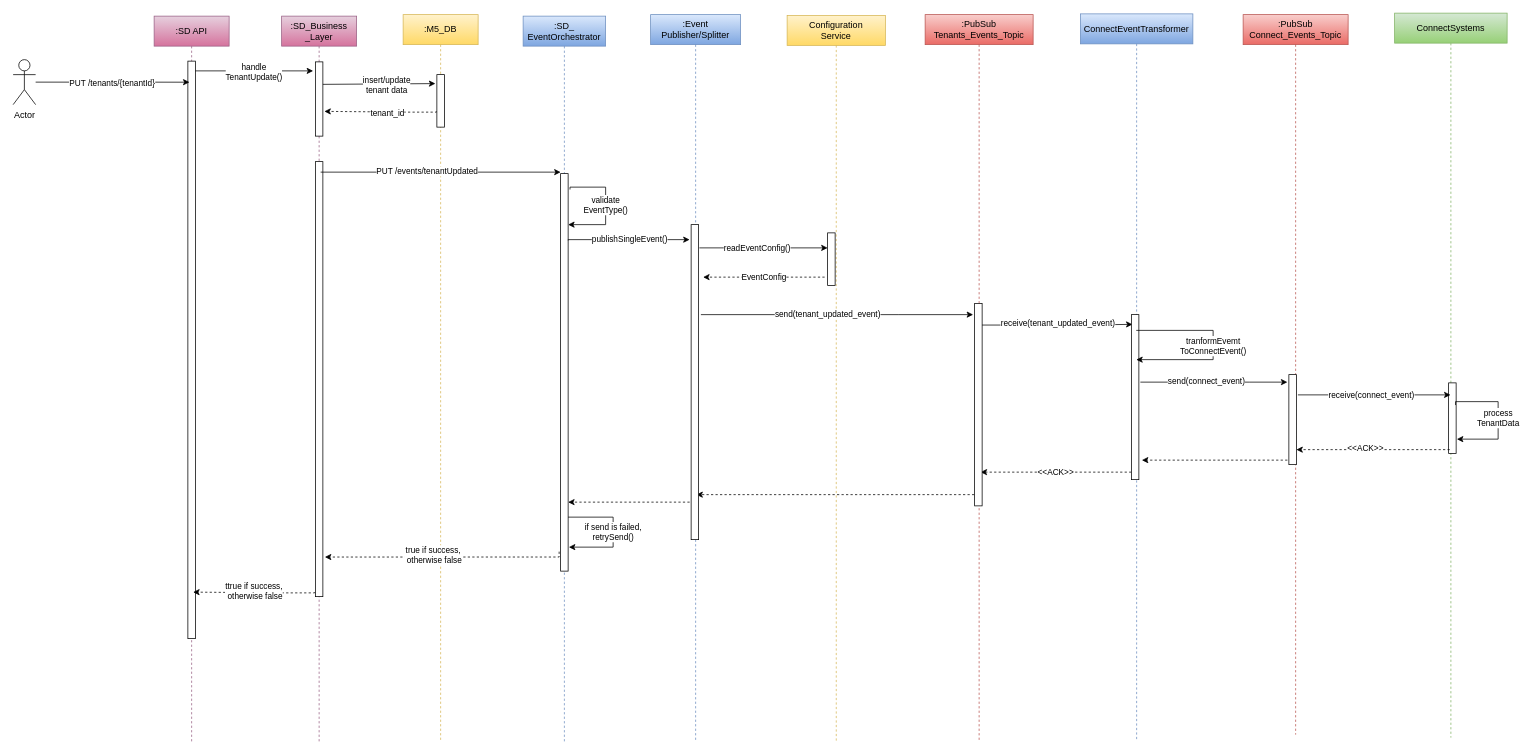
Before: Copy of TenantSequence.drawio in srinivaspuranamhyd/arc-diagrams, a draw.io diagram. Source tidied: cells renumbered, new cells numbered last; positions are measured from the earlier drawing's top-left corner, leaving out a move shared by most shapes. Both pictures are drawn from the tidied source at 75%, with x=0, y=0 at pixel (13, 13).
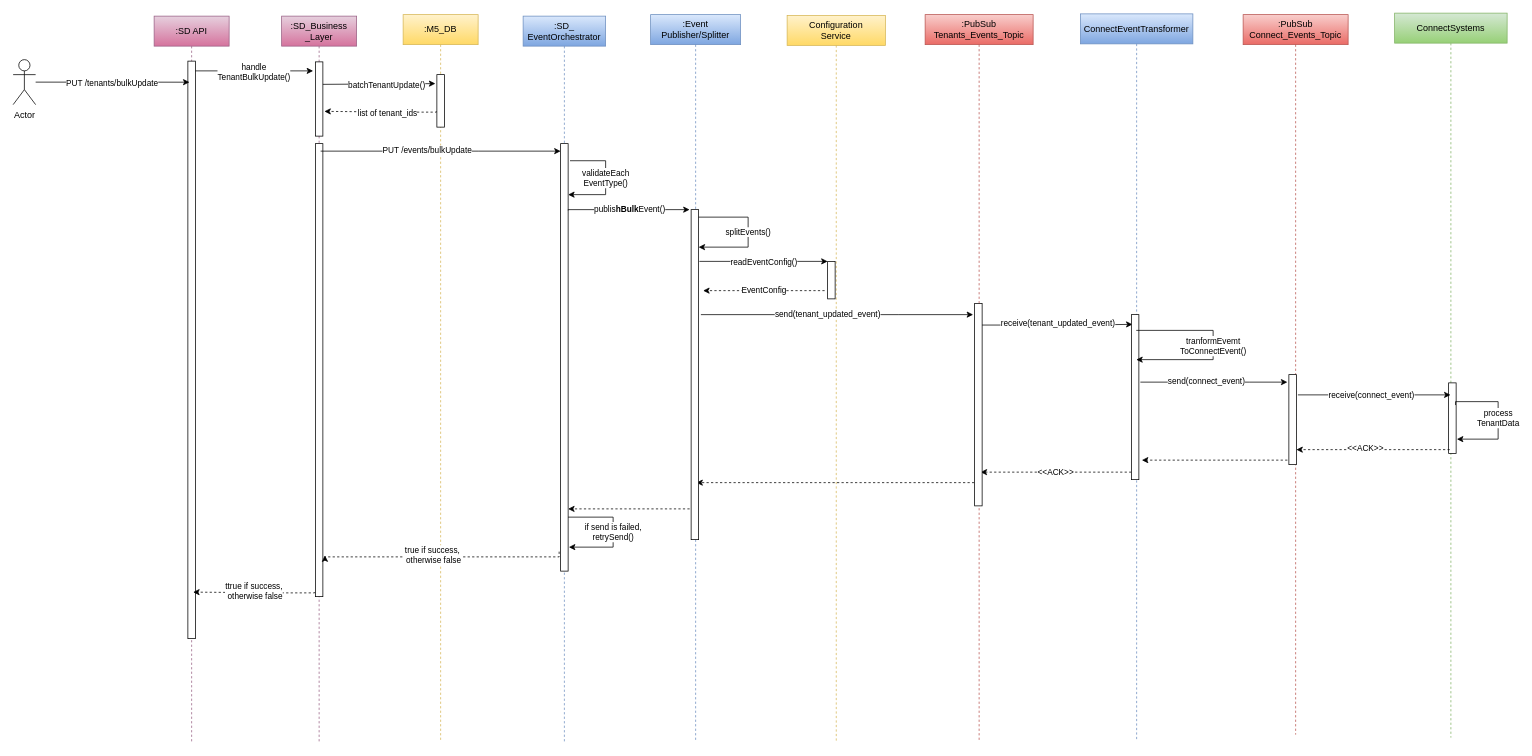
The same page after the edit.

Unchanged cells that the change refers to:
```xml
<mxCell id="5" style="edgeStyle=orthogonalEdgeStyle;rounded=0;orthogonalLoop=1;jettySize=auto;html=1;" parent="1" edge="1">
  <mxGeometry relative="1" as="geometry">
    <mxPoint x="237.5" y="77" as="sourcePoint" />
    <mxPoint x="400" y="77" as="targetPoint" />
    <Array as="points">
      <mxPoint x="340" y="77" />
      <mxPoint x="340" y="77" />
    </Array>
  </mxGeometry>
</mxCell>
<mxCell id="9" style="edgeStyle=orthogonalEdgeStyle;rounded=0;jettySize=auto;html=1;entryX=-0.2;entryY=0.171;entryDx=0;entryDy=0;entryPerimeter=0;" parent="1" edge="1" target="26">
  <mxGeometry relative="1" as="geometry">
    <mxPoint x="407.5" y="96" as="sourcePoint" />
    <Array as="points">
      <mxPoint x="408" y="95" />
    </Array>
  </mxGeometry>
</mxCell>
<mxCell id="11" value=":SD_Business _Layer" style="shape=umlLifeline;perimeter=lifelinePerimeter;whiteSpace=wrap;html=1;gradientColor=#d5739d;fillColor=#e6d0de;strokeColor=#996185;" parent="1" vertex="1">
  <mxGeometry x="358" y="4" width="100" height="968" as="geometry" />
</mxCell>
<mxCell id="14" value=":SD_ EventOrchestrator" style="shape=umlLifeline;perimeter=lifelinePerimeter;whiteSpace=wrap;html=1;gradientColor=#7ea6e0;fillColor=#dae8fc;strokeColor=#6c8ebf;" parent="1" vertex="1">
  <mxGeometry x="680" y="4" width="110" height="968" as="geometry" />
</mxCell>
<mxCell id="18" value=":PubSub&lt;br&gt;Tenants_Events_Topic" style="shape=umlLifeline;perimeter=lifelinePerimeter;whiteSpace=wrap;html=1;outlineConnect=0;fillColor=#f8cecc;strokeColor=#b85450;gradientColor=#ea6b66;" parent="1" vertex="1">
  <mxGeometry x="1216" y="2" width="144" height="970" as="geometry" />
</mxCell>
<mxCell id="23" style="edgeStyle=orthogonalEdgeStyle;rounded=0;orthogonalLoop=1;jettySize=auto;html=1;dashed=1;" parent="1" edge="1">
  <mxGeometry relative="1" as="geometry">
    <mxPoint x="564.5" y="131" as="sourcePoint" />
    <mxPoint x="415" y="131" as="targetPoint" />
    <Array as="points">
      <mxPoint x="525" y="132" />
      <mxPoint x="525" y="132" />
    </Array>
  </mxGeometry>
</mxCell>
<mxCell id="28" value="Actor" style="shape=umlActor;verticalLabelPosition=bottom;verticalAlign=top;html=1;" parent="1" vertex="1">
  <mxGeometry y="62" width="30" height="60" as="geometry" />
</mxCell>
<mxCell id="46" value=":Event Publisher/Splitter" style="shape=umlLifeline;perimeter=lifelinePerimeter;whiteSpace=wrap;html=1;gradientColor=#7ea6e0;fillColor=#dae8fc;strokeColor=#6c8ebf;" parent="1" vertex="1">
  <mxGeometry x="850" y="2" width="120" height="970" as="geometry" />
</mxCell>
<mxCell id="54" value="Configuration&lt;br&gt;Service" style="shape=umlLifeline;perimeter=lifelinePerimeter;whiteSpace=wrap;html=1;gradientColor=#ffd966;fillColor=#fff2cc;strokeColor=#d6b656;" parent="1" vertex="1">
  <mxGeometry x="1032" y="3" width="131" height="970" as="geometry" />
</mxCell>
```

Diff of the diagram source:
```diff
@@
-    <mxCell id="2" style="edgeStyle=orthogonalEdgeStyle;rounded=0;jettySize=auto;html=1;dashed=1;" parent="1" edge="1" source="18">
+    <mxCell id="2" style="edgeStyle=orthogonalEdgeStyle;rounded=0;orthogonalLoop=1;jettySize=auto;html=1;dashed=1;" parent="1" edge="1">
       <mxGeometry relative="1" as="geometry">
-        <mxPoint x="911" y="642" as="targetPoint" />
+        <mxPoint x="1287.5" y="626" as="sourcePoint" />
+        <mxPoint x="911" y="626" as="targetPoint" />
         <Array as="points">
-          <mxPoint x="1081" y="642" />
-          <mxPoint x="1081" y="642" />
+          <mxPoint x="1081" y="626" />
+          <mxPoint x="1081" y="626" />
         </Array>
       </mxGeometry>
     </mxCell>
@@
-    <mxCell id="6" value="handle&lt;br&gt;TenantUpdate()" style="edgeLabel;html=1;align=center;verticalAlign=middle;" parent="5" vertex="1">
+    <mxCell id="6" value="handle&lt;br&gt;TenantBulkUpdate()" style="edgeLabel;html=1;align=center;verticalAlign=middle;" parent="5" vertex="1">
       <mxGeometry x="-0.14" y="-1" relative="1" as="geometry">
         <mxPoint x="13" as="offset" />
       </mxGeometry>
     </mxCell>
@@
-    <mxCell id="10" value="insert/update&lt;br&gt;tenant data" style="edgeLabel;html=1;align=center;verticalAlign=middle;" parent="9" vertex="1">
+    <mxCell id="10" value="batchTenantUpdate()" style="edgeLabel;html=1;align=center;verticalAlign=middle;" parent="9" vertex="1">
       <mxGeometry x="0.16" y="-1" relative="1" as="geometry" />
     </mxCell>
@@
     <mxCell id="13" style="html=1;points=[];perimeter=orthogonalPerimeter;" parent="11" vertex="1">
-      <mxGeometry x="45" y="194" width="10" height="580" as="geometry" />
+      <mxGeometry x="45" y="170" width="10" height="604" as="geometry" />
     </mxCell>
@@
     <mxCell id="15" style="html=1;points=[];perimeter=orthogonalPerimeter;" parent="14" vertex="1">
-      <mxGeometry x="50" y="210" width="10" height="530" as="geometry" />
+      <mxGeometry x="50" y="170" width="10" height="570" as="geometry" />
     </mxCell>
-    <mxCell id="16" value="validate&lt;br&gt;EventType()" style="edgeStyle=orthogonalEdgeStyle;rounded=0;orthogonalLoop=1;jettySize=auto;html=1;exitX=1.251;exitY=0.04;exitDx=0;exitDy=0;exitPerimeter=0;" parent="14" edge="1" source="15" target="15">
+    <mxCell id="16" value="validateEach&lt;br&gt;EventType()" style="edgeStyle=orthogonalEdgeStyle;rounded=0;orthogonalLoop=1;jettySize=auto;html=1;exitX=1.251;exitY=0.04;exitDx=0;exitDy=0;exitPerimeter=0;" parent="14" edge="1" source="15" target="15">
       <mxGeometry x="-0.01" relative="1" as="geometry">
         <Array as="points">
-          <mxPoint x="63" y="228" />
-          <mxPoint x="110" y="228" />
-          <mxPoint x="110" y="278" />
+          <mxPoint x="110" y="193" />
+          <mxPoint x="110" y="238" />
         </Array>
       </mxGeometry>
     </mxCell>
@@
-    <mxCell id="24" value="tenant_id" style="edgeLabel;html=1;align=center;verticalAlign=middle;" parent="23" vertex="1">
+    <mxCell id="24" value="list of tenant_ids" style="edgeLabel;html=1;align=center;verticalAlign=middle;" parent="23" vertex="1">
       <mxGeometry x="-0.54" relative="1" as="geometry">
         <mxPoint x="-32" as="offset" />
       </mxGeometry>
     </mxCell>
@@
-    <mxCell id="27" value="PUT /tenants/{tenantId}" style="edgeStyle=orthogonalEdgeStyle;rounded=0;jettySize=auto;html=1;entryX=0.471;entryY=0.153;entryDx=0;entryDy=0;entryPerimeter=0;" parent="1" edge="1" source="28">
+    <mxCell id="27" value="PUT /tenants/bulkUpdate" style="edgeStyle=orthogonalEdgeStyle;rounded=0;jettySize=auto;html=1;entryX=0.471;entryY=0.153;entryDx=0;entryDy=0;entryPerimeter=0;" parent="1" edge="1" source="28">
       <mxGeometry relative="1" as="geometry">
         <mxPoint x="235.1" y="92.1" as="targetPoint" />
       </mxGeometry>
     </mxCell>
@@
     <mxCell id="31" style="edgeStyle=orthogonalEdgeStyle;rounded=0;orthogonalLoop=1;jettySize=auto;html=1;" parent="1" edge="1">
       <mxGeometry relative="1" as="geometry">
-        <mxPoint x="410" y="212" as="sourcePoint" />
-        <mxPoint x="730" y="212" as="targetPoint" />
+        <mxPoint x="410" y="184" as="sourcePoint" />
+        <mxPoint x="730" y="184" as="targetPoint" />
         <Array as="points">
-          <mxPoint x="620" y="212" />
-          <mxPoint x="620" y="212" />
+          <mxPoint x="620" y="184" />
+          <mxPoint x="620" y="184" />
         </Array>
       </mxGeometry>
     </mxCell>
-    <mxCell id="32" value="PUT /events/tenantUpdated" style="edgeLabel;html=1;align=center;verticalAlign=middle;" parent="31" vertex="1">
+    <mxCell id="32" value="PUT /events/bulkUpdate" style="edgeLabel;html=1;align=center;verticalAlign=middle;" parent="31" vertex="1">
       <mxGeometry x="-0.12" y="2" relative="1" as="geometry" />
     </mxCell>
     <mxCell id="33" style="edgeStyle=orthogonalEdgeStyle;rounded=0;orthogonalLoop=1;jettySize=auto;html=1;" parent="1" edge="1">
       <mxGeometry relative="1" as="geometry">
-        <mxPoint x="740" y="303" as="sourcePoint" />
-        <mxPoint x="902" y="302" as="targetPoint" />
+        <mxPoint x="740" y="263" as="sourcePoint" />
+        <mxPoint x="902" y="262" as="targetPoint" />
         <Array as="points">
-          <mxPoint x="740.5" y="302" />
+          <mxPoint x="740.5" y="262" />
         </Array>
       </mxGeometry>
     </mxCell>
-    <mxCell id="34" value="publishSingleEvent()" style="edgeLabel;html=1;align=center;verticalAlign=middle;" parent="33" vertex="1">
+    <mxCell id="34" value="publis&lt;b&gt;hBulk&lt;/b&gt;Event()" style="edgeLabel;html=1;align=center;verticalAlign=middle;" parent="33" vertex="1">
       <mxGeometry x="-0.2" y="-4" relative="1" as="geometry">
         <mxPoint x="17" y="-6" as="offset" />
       </mxGeometry>
     </mxCell>
-    <mxCell id="35" style="edgeStyle=orthogonalEdgeStyle;rounded=0;orthogonalLoop=1;jettySize=auto;html=1;entryX=0.001;entryY=0.357;entryDx=0;entryDy=0;entryPerimeter=0;" parent="1" edge="1">
-      <mxGeometry relative="1" as="geometry">
-        <mxPoint x="915" y="313" as="sourcePoint" />
-        <mxPoint x="1086" y="313" as="targetPoint" />
-        <Array as="points">
-          <mxPoint x="970" y="313" />
-          <mxPoint x="970" y="313" />
-        </Array>
-      </mxGeometry>
-    </mxCell>
-    <mxCell id="36" value="readEventConfig()" style="edgeLabel;html=1;align=center;verticalAlign=middle;" parent="35" vertex="1">
-      <mxGeometry x="-0.11" y="1" relative="1" as="geometry" />
-    </mxCell>
@@
     <mxCell id="47" style="html=1;points=[];perimeter=orthogonalPerimeter;" parent="46" vertex="1">
-      <mxGeometry x="54" y="280" width="10" height="420" as="geometry" />
+      <mxGeometry x="54" y="260" width="10" height="440" as="geometry" />
     </mxCell>
@@
+    <mxCell id="60" value="splitEvents()" style="edgeStyle=orthogonalEdgeStyle;rounded=0;orthogonalLoop=1;jettySize=auto;html=1;" parent="46" edge="1" source="47" target="47">
+      <mxGeometry relative="1" as="geometry">
+        <Array as="points">
+          <mxPoint x="130" y="270" />
+          <mxPoint x="130" y="310" />
+        </Array>
+      </mxGeometry>
+    </mxCell>
     <mxCell id="51" style="edgeStyle=orthogonalEdgeStyle;rounded=0;orthogonalLoop=1;jettySize=auto;html=1;dashed=1;" parent="1" edge="1">
       <mxGeometry relative="1" as="geometry">
-        <mxPoint x="902" y="652" as="sourcePoint" />
-        <mxPoint x="740" y="652" as="targetPoint" />
+        <mxPoint x="902" y="661" as="sourcePoint" />
+        <mxPoint x="740" y="661" as="targetPoint" />
         <Array as="points">
-          <mxPoint x="902" y="652" />
-          <mxPoint x="740" y="652" />
+          <mxPoint x="902" y="661" />
+          <mxPoint x="740" y="661" />
         </Array>
       </mxGeometry>
     </mxCell>
@@
     <mxCell id="55" style="html=1;perimeter=orthogonalPerimeter;" parent="54" vertex="1">
-      <mxGeometry x="54" y="290" width="10" height="70" as="geometry" />
+      <mxGeometry x="54" y="328" width="10" height="50" as="geometry" />
     </mxCell>
+    <mxCell id="61" style="edgeStyle=orthogonalEdgeStyle;rounded=0;orthogonalLoop=1;jettySize=auto;html=1;entryX=0.001;entryY=0.357;entryDx=0;entryDy=0;entryPerimeter=0;" parent="54" edge="1">
+      <mxGeometry relative="1" as="geometry">
+        <mxPoint x="-117" y="328" as="sourcePoint" />
+        <mxPoint x="54" y="328" as="targetPoint" />
+        <Array as="points">
+          <mxPoint x="-62" y="328" />
+          <mxPoint x="-62" y="328" />
+        </Array>
+      </mxGeometry>
+    </mxCell>
+    <mxCell id="36" value="readEventConfig()" style="edgeLabel;html=1;align=center;verticalAlign=middle;" parent="61" vertex="1">
+      <mxGeometry x="-0.11" y="1" relative="1" as="geometry">
+        <mxPoint x="9" y="1" as="offset" />
+      </mxGeometry>
+    </mxCell>
     <mxCell id="56" value="EventConfig" style="edgeStyle=orthogonalEdgeStyle;rounded=0;orthogonalLoop=1;jettySize=auto;html=1;dashed=1;" parent="1" edge="1">
       <mxGeometry relative="1" as="geometry">
-        <mxPoint x="1082" y="352" as="sourcePoint" />
-        <mxPoint x="920" y="352" as="targetPoint" />
+        <mxPoint x="1082" y="370" as="sourcePoint" />
+        <mxPoint x="920" y="370" as="targetPoint" />
         <Array as="points">
-          <mxPoint x="1082" y="352" />
+          <mxPoint x="1082" y="370" />
         </Array>
       </mxGeometry>
     </mxCell>
```
